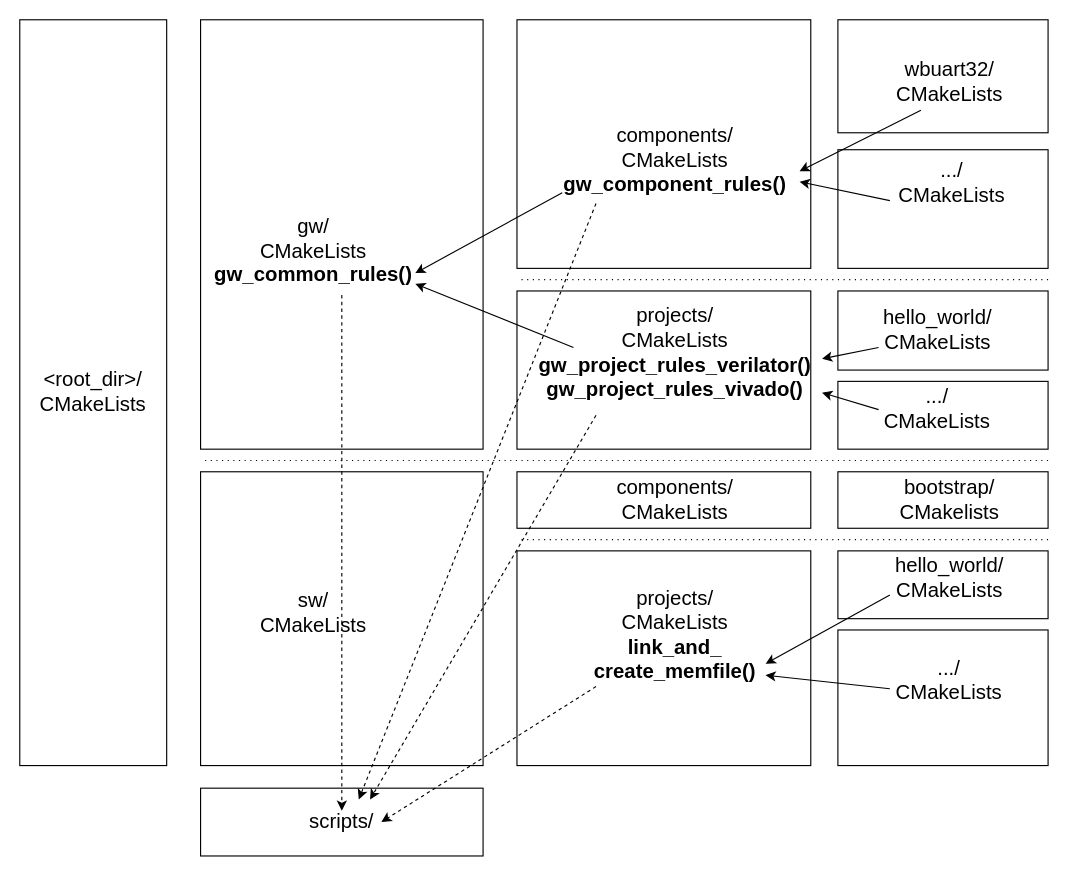
This is docs/assets/CMakeLists_Org.drawio from epsilon537/boxlambda, a draw.io file, before an edit. Source tidied: cells renumbered, new cells numbered last; positions are measured from the earlier drawing's top-left corner, leaving out a move shared by most shapes. Both pictures are drawn from the tidied source at 113%, with x=0, y=0 at pixel (19, 19).
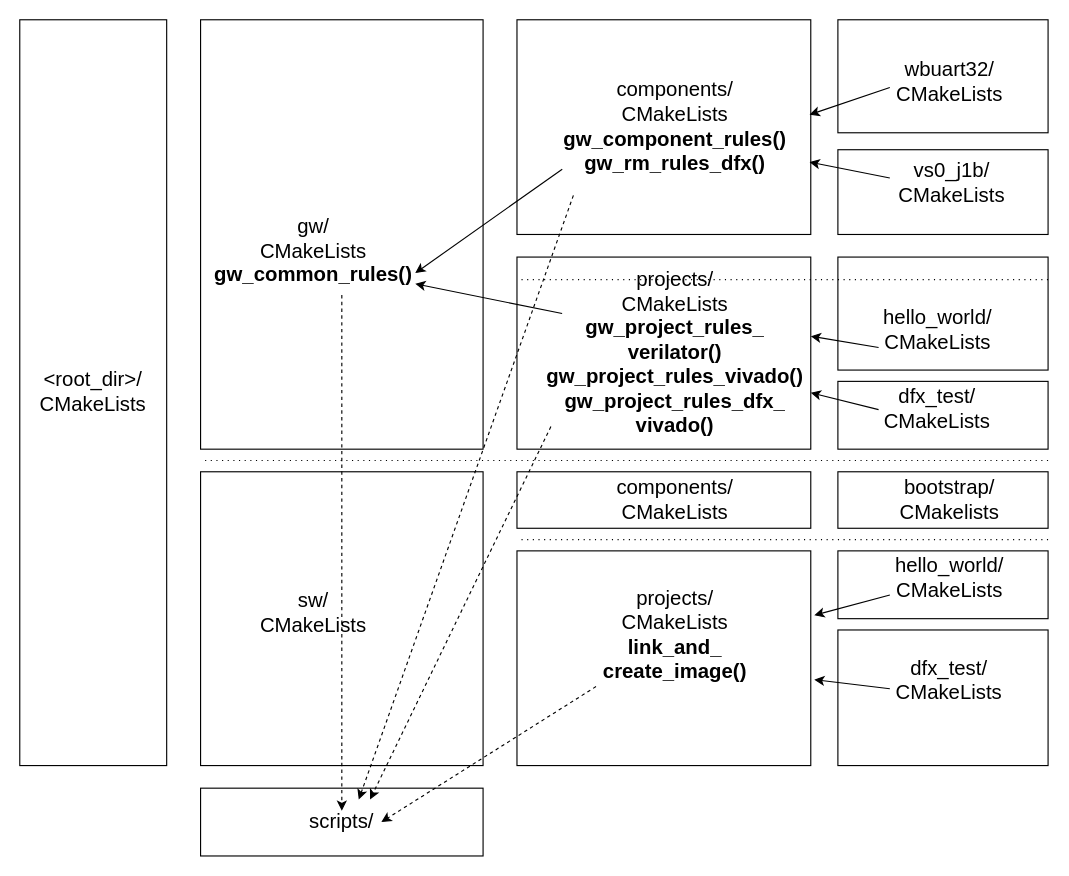
The same page after the edit.

Unchanged cells that the change refers to:
```xml
<mxCell id="8" style="rounded=0;whiteSpace=wrap;html=1;fontSize=18;" parent="1" vertex="1">
  <mxGeometry x="724" width="186" height="100" as="geometry" />
</mxCell>
<mxCell id="10" style="rounded=0;whiteSpace=wrap;html=1;fontSize=18;" parent="1" vertex="1">
  <mxGeometry x="160" width="250" height="380" as="geometry" />
</mxCell>
<mxCell id="11" style="rounded=0;whiteSpace=wrap;html=1;fontSize=18;" parent="1" vertex="1">
  <mxGeometry x="440" y="470" width="260" height="190" as="geometry" />
</mxCell>
<mxCell id="15" value="wbuart32/&lt;br style=&quot;font-size: 18px;&quot;&gt;CMakeLists" style="text;html=1;strokeColor=none;fillColor=none;align=center;verticalAlign=middle;whiteSpace=wrap;rounded=0;fontSize=18;" parent="1" vertex="1">
  <mxGeometry x="772.5" y="30" width="100" height="50" as="geometry" />
</mxCell>
<mxCell id="35" value="scripts/" style="rounded=0;whiteSpace=wrap;html=1;fontSize=18;" parent="1" vertex="1">
  <mxGeometry x="160" y="680" width="250" height="60" as="geometry" />
</mxCell>
```

Change to the diagram source:
```diff
@@
     <mxCell id="6" style="rounded=0;whiteSpace=wrap;html=1;fontSize=18;" parent="1" vertex="1">
-      <mxGeometry x="724" y="240" width="186" height="70" as="geometry" />
+      <mxGeometry x="724" y="210" width="186" height="100" as="geometry" />
     </mxCell>
     <mxCell id="7" style="rounded=0;whiteSpace=wrap;html=1;fontSize=18;" parent="1" vertex="1">
-      <mxGeometry x="724" y="115" width="186" height="105" as="geometry" />
+      <mxGeometry x="724" y="115" width="186" height="75" as="geometry" />
     </mxCell>
@@
     <mxCell id="13" style="rounded=0;whiteSpace=wrap;html=1;fontSize=18;" parent="1" vertex="1">
-      <mxGeometry x="440" y="240" width="260" height="140" as="geometry" />
+      <mxGeometry x="440" y="210" width="260" height="170" as="geometry" />
     </mxCell>
     <mxCell id="14" style="rounded=0;whiteSpace=wrap;html=1;fontSize=18;" parent="1" vertex="1">
-      <mxGeometry x="440" width="260" height="220" as="geometry" />
+      <mxGeometry x="440" width="260" height="190" as="geometry" />
     </mxCell>
@@
-    <mxCell id="16" value="components/&lt;br&gt;CMakeLists&lt;br&gt;&lt;b&gt;gw_component_rules()&lt;/b&gt;" style="text;html=1;strokeColor=none;fillColor=none;align=center;verticalAlign=middle;whiteSpace=wrap;rounded=0;fontSize=18;" parent="1" vertex="1">
-      <mxGeometry x="530" y="115" width="100" height="20" as="geometry" />
+    <mxCell id="16" value="components/&lt;br&gt;CMakeLists&lt;br&gt;&lt;b&gt;gw_component_rules()&lt;/b&gt;&lt;div&gt;&lt;b&gt;gw_rm_rules_dfx()&lt;/b&gt;&lt;/div&gt;" style="text;html=1;strokeColor=none;fillColor=none;align=center;verticalAlign=middle;whiteSpace=wrap;rounded=0;fontSize=18;" parent="1" vertex="1">
+      <mxGeometry x="530" y="85" width="100" height="20" as="geometry" />
     </mxCell>
@@
-    <mxCell id="18" value="projects/&lt;br&gt;CMakeLists&lt;br&gt;&lt;b&gt;gw_project_rules_verilator()&lt;/b&gt;&lt;div&gt;&lt;b&gt;gw_project_rules_vivado()&lt;/b&gt;&lt;/div&gt;" style="text;html=1;strokeColor=none;fillColor=none;align=center;verticalAlign=middle;whiteSpace=wrap;rounded=0;fontSize=18;" parent="1" vertex="1">
+    <mxCell id="18" value="projects/&lt;br&gt;CMakeLists&lt;br&gt;&lt;b&gt;gw_project_rules_&lt;/b&gt;&lt;div&gt;&lt;b&gt;verilator()&lt;/b&gt;&lt;div&gt;&lt;b&gt;gw_project_rules_vivado()&lt;/b&gt;&lt;/div&gt;&lt;div&gt;&lt;b&gt;gw_project_rules_dfx_&lt;/b&gt;&lt;/div&gt;&lt;div&gt;&lt;b&gt;vivado()&lt;/b&gt;&lt;/div&gt;&lt;/div&gt;" style="text;html=1;strokeColor=none;fillColor=none;align=center;verticalAlign=middle;whiteSpace=wrap;rounded=0;fontSize=18;" parent="1" vertex="1">
       <mxGeometry x="550" y="280" width="60" height="30" as="geometry" />
     </mxCell>
@@
-    <mxCell id="20" value=".../&lt;br&gt;CMakeLists" style="text;html=1;strokeColor=none;fillColor=none;align=center;verticalAlign=middle;whiteSpace=wrap;rounded=0;fontSize=18;" parent="1" vertex="1">
+    <mxCell id="20" value="vs0_j1b/&lt;br&gt;CMakeLists" style="text;html=1;strokeColor=none;fillColor=none;align=center;verticalAlign=middle;whiteSpace=wrap;rounded=0;fontSize=18;" parent="1" vertex="1">
       <mxGeometry x="795" y="130" width="60" height="30" as="geometry" />
     </mxCell>
-    <mxCell id="21" value=".../&lt;br&gt;CMakeLists" style="text;html=1;strokeColor=none;fillColor=none;align=center;verticalAlign=middle;whiteSpace=wrap;rounded=0;fontSize=18;" parent="1" vertex="1">
+    <mxCell id="21" value="dfx_test/&lt;br&gt;CMakeLists" style="text;html=1;strokeColor=none;fillColor=none;align=center;verticalAlign=middle;whiteSpace=wrap;rounded=0;fontSize=18;" parent="1" vertex="1">
       <mxGeometry x="792.5" y="330" width="37.5" height="30" as="geometry" />
     </mxCell>
@@
-    <mxCell id="24" value="projects/&lt;br&gt;CMakeLists&lt;br&gt;&lt;b&gt;link_and_&lt;br&gt;create_memfile()&lt;/b&gt;" style="text;html=1;strokeColor=none;fillColor=none;align=center;verticalAlign=middle;whiteSpace=wrap;rounded=0;fontSize=18;" parent="1" vertex="1">
+    <mxCell id="24" value="projects/&lt;br&gt;CMakeLists&lt;br&gt;&lt;b&gt;link_and_&lt;br&gt;create_image()&lt;/b&gt;" style="text;html=1;strokeColor=none;fillColor=none;align=center;verticalAlign=middle;whiteSpace=wrap;rounded=0;fontSize=18;" parent="1" vertex="1">
       <mxGeometry x="550" y="530" width="60" height="30" as="geometry" />
     </mxCell>
@@
-    <mxCell id="26" value=".../&lt;br&gt;CMakeLists" style="text;html=1;strokeColor=none;fillColor=none;align=center;verticalAlign=middle;whiteSpace=wrap;rounded=0;fontSize=18;" parent="1" vertex="1">
+    <mxCell id="26" value="dfx_test/&lt;br&gt;CMakeLists" style="text;html=1;strokeColor=none;fillColor=none;align=center;verticalAlign=middle;whiteSpace=wrap;rounded=0;fontSize=18;" parent="1" vertex="1">
       <mxGeometry x="801.2" y="570" width="42.5" height="30" as="geometry" />
     </mxCell>
-    <mxCell id="27" style="endArrow=classic;html=1;rounded=0;fontSize=18;exitX=0.25;exitY=1;exitDx=0;exitDy=0;entryX=0.962;entryY=0.609;entryDx=0;entryDy=0;entryPerimeter=0;" parent="1" edge="1" source="15" target="14">
+    <mxCell id="27" style="endArrow=classic;html=1;rounded=0;fontSize=18;exitX=0.247;exitY=0.6;exitDx=0;exitDy=0;entryX=0.996;entryY=0.442;entryDx=0;entryDy=0;entryPerimeter=0;exitPerimeter=0;" parent="1" edge="1" source="8" target="14">
       <mxGeometry relative="1" as="geometry" />
     </mxCell>
-    <mxCell id="28" style="endArrow=classic;html=1;rounded=0;fontSize=18;entryX=0.962;entryY=0.652;entryDx=0;entryDy=0;entryPerimeter=0;" parent="1" edge="1" target="14">
-      <mxGeometry relative="1" as="geometry">
-        <mxPoint x="770" y="160" as="sourcePoint" />
-      </mxGeometry>
+    <mxCell id="28" style="endArrow=classic;html=1;rounded=0;fontSize=18;entryX=0.996;entryY=0.663;entryDx=0;entryDy=0;entryPerimeter=0;exitX=0.247;exitY=0.333;exitDx=0;exitDy=0;exitPerimeter=0;" parent="1" edge="1" source="7" target="14">
+      <mxGeometry relative="1" as="geometry" />
     </mxCell>
-    <mxCell id="29" style="endArrow=classic;html=1;rounded=0;fontSize=18;" parent="1" edge="1">
+    <mxCell id="29" style="endArrow=classic;html=1;rounded=0;fontSize=18;entryX=1;entryY=0.412;entryDx=0;entryDy=0;entryPerimeter=0;" parent="1" edge="1" target="13">
       <mxGeometry relative="1" as="geometry">
         <mxPoint x="760" y="290" as="sourcePoint" />
-        <mxPoint x="710" y="300" as="targetPoint" />
       </mxGeometry>
     </mxCell>
-    <mxCell id="30" style="endArrow=classic;html=1;rounded=0;fontSize=18;" parent="1" edge="1">
+    <mxCell id="30" style="endArrow=classic;html=1;rounded=0;fontSize=18;entryX=1;entryY=0.706;entryDx=0;entryDy=0;entryPerimeter=0;" parent="1" edge="1" target="13">
       <mxGeometry relative="1" as="geometry">
         <mxPoint x="760" y="345" as="sourcePoint" />
-        <mxPoint x="710" y="330" as="targetPoint" />
       </mxGeometry>
     </mxCell>
-    <mxCell id="31" style="endArrow=classic;html=1;rounded=0;fontSize=18;entryX=0.846;entryY=0.526;entryDx=0;entryDy=0;entryPerimeter=0;" parent="1" edge="1" target="11">
+    <mxCell id="31" style="endArrow=classic;html=1;rounded=0;fontSize=18;entryX=1.012;entryY=0.3;entryDx=0;entryDy=0;entryPerimeter=0;" parent="1" edge="1" target="11">
       <mxGeometry relative="1" as="geometry">
         <mxPoint x="770" y="509" as="sourcePoint" />
       </mxGeometry>
     </mxCell>
-    <mxCell id="32" style="endArrow=classic;html=1;rounded=0;fontSize=18;entryX=0.846;entryY=0.579;entryDx=0;entryDy=0;entryPerimeter=0;" parent="1" edge="1" target="11">
+    <mxCell id="32" style="endArrow=classic;html=1;rounded=0;fontSize=18;entryX=1.012;entryY=0.6;entryDx=0;entryDy=0;entryPerimeter=0;" parent="1" edge="1" target="11">
       <mxGeometry relative="1" as="geometry">
         <mxPoint x="770" y="592" as="sourcePoint" />
       </mxGeometry>
     </mxCell>
-    <mxCell id="33" style="endArrow=classic;html=1;rounded=0;fontSize=18;entryX=0.76;entryY=0.615;entryDx=0;entryDy=0;entryPerimeter=0;exitX=-1;exitY=0.333;exitDx=0;exitDy=0;exitPerimeter=0;" parent="1" edge="1" source="18" target="10">
+    <mxCell id="33" style="endArrow=classic;html=1;rounded=0;fontSize=18;entryX=0.76;entryY=0.615;entryDx=0;entryDy=0;entryPerimeter=0;exitX=-1.167;exitY=-0.667;exitDx=0;exitDy=0;exitPerimeter=0;" parent="1" edge="1" source="18" target="10">
       <mxGeometry relative="1" as="geometry" />
     </mxCell>
@@
-    <mxCell id="37" style="endArrow=classic;html=1;rounded=0;dashed=1;fontSize=18;exitX=0.269;exitY=0.786;exitDx=0;exitDy=0;exitPerimeter=0;entryX=0.6;entryY=0.167;entryDx=0;entryDy=0;entryPerimeter=0;" parent="1" edge="1" source="13" target="35">
+    <mxCell id="37" style="endArrow=classic;html=1;rounded=0;dashed=1;fontSize=18;exitX=-1.333;exitY=2.667;exitDx=0;exitDy=0;exitPerimeter=0;entryX=0.6;entryY=0.167;entryDx=0;entryDy=0;entryPerimeter=0;" parent="1" edge="1" source="18" target="35">
       <mxGeometry relative="1" as="geometry" />
     </mxCell>
@@
-    <mxCell id="39" style="endArrow=classic;html=1;rounded=0;dashed=1;fontSize=18;exitX=0.269;exitY=0.739;exitDx=0;exitDy=0;exitPerimeter=0;entryX=0.56;entryY=0.167;entryDx=0;entryDy=0;entryPerimeter=0;" parent="1" edge="1" source="14" target="35">
+    <mxCell id="39" style="endArrow=classic;html=1;rounded=0;dashed=1;fontSize=18;exitX=0.192;exitY=0.818;exitDx=0;exitDy=0;exitPerimeter=0;entryX=0.56;entryY=0.167;entryDx=0;entryDy=0;entryPerimeter=0;" parent="1" edge="1" source="14" target="35">
       <mxGeometry relative="1" as="geometry" />
     </mxCell>
```
